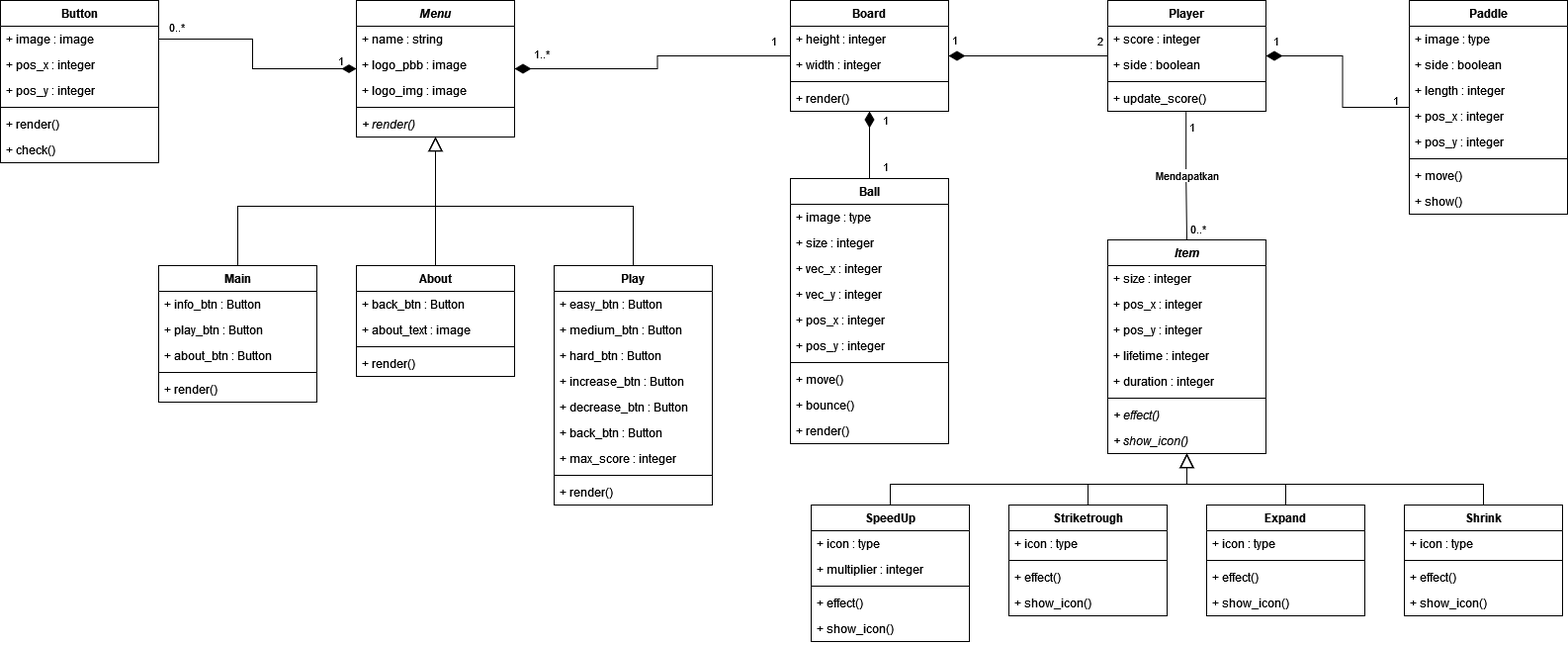
This is UML/UML_Diagram.png from n0l3r/Pong-Plus, a draw.io export, as it was before one commit. Source tidied: cells renumbered, new cells last; positions are measured from the earlier drawing's top-left corner, leaving out a move shared by most shapes.
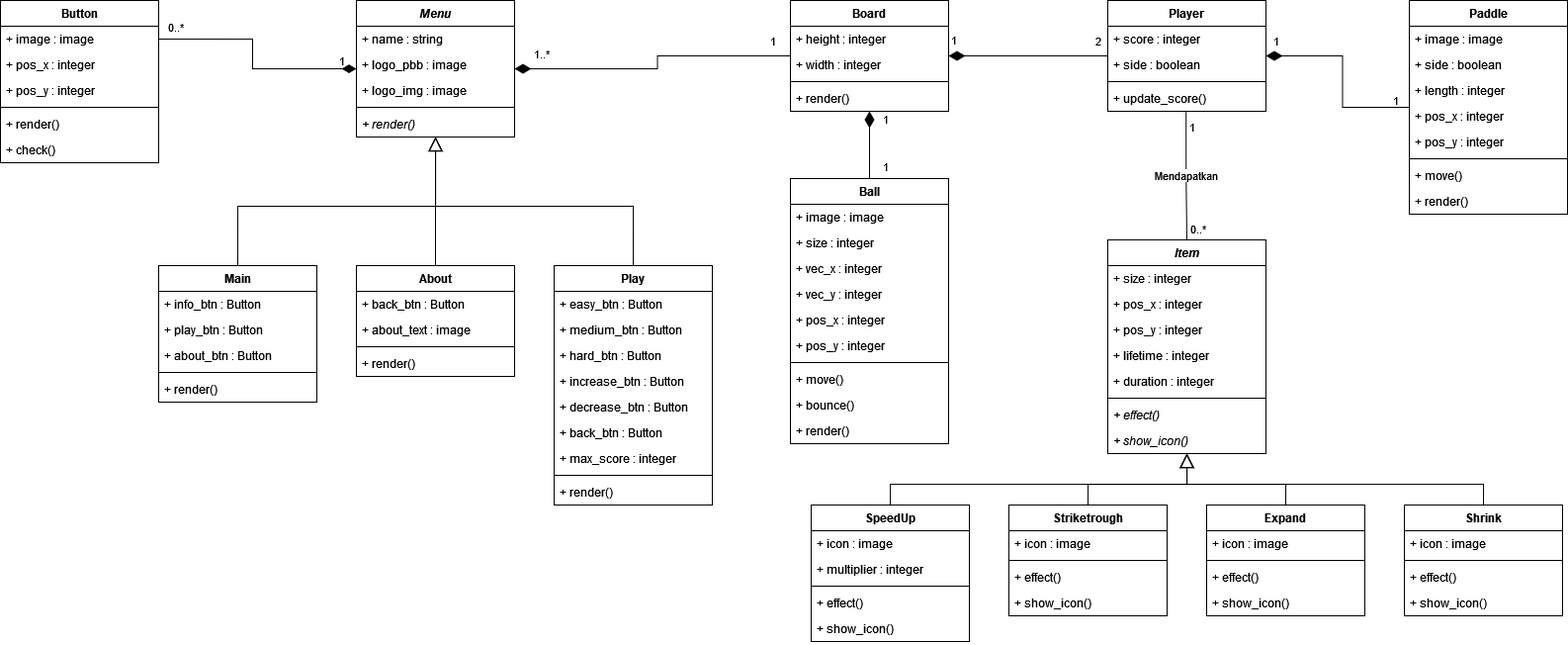
After the commit.

What changed in the source:
```diff
@@ -33,7 +33,7 @@
     <mxCell id="10" value="Paddle" style="swimlane;fontStyle=1;align=center;verticalAlign=top;horizontal=1;startSize=26;" parent="1" vertex="1">
       <mxGeometry x="1425" width="160" height="216" as="geometry" />
     </mxCell>
-    <mxCell id="11" value="+ image : type&#10;" style="text;strokeColor=none;fillColor=none;align=left;verticalAlign=top;spacingLeft=4;spacingRight=4;overflow=hidden;" parent="10" vertex="1">
+    <mxCell id="11" value="+ image : image" style="text;strokeColor=none;fillColor=none;align=left;verticalAlign=top;spacingLeft=4;spacingRight=4;overflow=hidden;" parent="10" vertex="1">
       <mxGeometry y="26" width="160" height="26" as="geometry" />
     </mxCell>
     <mxCell id="12" value="+ side : boolean" style="text;strokeColor=none;fillColor=none;align=left;verticalAlign=top;spacingLeft=4;spacingRight=4;overflow=hidden;" parent="10" vertex="1">
@@ -54,13 +54,13 @@
     <mxCell id="17" value="+ move()" style="text;strokeColor=none;fillColor=none;align=left;verticalAlign=top;spacingLeft=4;spacingRight=4;overflow=hidden;" parent="10" vertex="1">
       <mxGeometry y="164" width="160" height="26" as="geometry" />
     </mxCell>
-    <mxCell id="18" value="+ show()" style="text;strokeColor=none;fillColor=none;align=left;verticalAlign=top;spacingLeft=4;spacingRight=4;overflow=hidden;" parent="10" vertex="1">
+    <mxCell id="18" value="+ render()" style="text;strokeColor=none;fillColor=none;align=left;verticalAlign=top;spacingLeft=4;spacingRight=4;overflow=hidden;" parent="10" vertex="1">
       <mxGeometry y="190" width="160" height="26" as="geometry" />
     </mxCell>
     <mxCell id="19" value="Ball" style="swimlane;fontStyle=1;align=center;verticalAlign=top;horizontal=1;startSize=26;" parent="1" vertex="1">
       <mxGeometry x="799" y="180" width="160" height="268" as="geometry" />
     </mxCell>
-    <mxCell id="20" value="+ image : type&#10;" style="text;strokeColor=none;fillColor=none;align=left;verticalAlign=top;spacingLeft=4;spacingRight=4;overflow=hidden;" parent="19" vertex="1">
+    <mxCell id="20" value="+ image : image" style="text;strokeColor=none;fillColor=none;align=left;verticalAlign=top;spacingLeft=4;spacingRight=4;overflow=hidden;" parent="19" vertex="1">
       <mxGeometry y="26" width="160" height="26" as="geometry" />
     </mxCell>
     <mxCell id="21" value="+ size : integer" style="text;strokeColor=none;fillColor=none;align=left;verticalAlign=top;spacingLeft=4;spacingRight=4;overflow=hidden;" parent="19" vertex="1">
@@ -139,7 +139,7 @@
     <mxCell id="44" value="SpeedUp" style="swimlane;fontStyle=1;align=center;verticalAlign=top;horizontal=1;startSize=26;" parent="1" vertex="1">
       <mxGeometry x="820" y="510" width="160" height="138" as="geometry" />
     </mxCell>
-    <mxCell id="45" value="+ icon : type" style="text;strokeColor=none;fillColor=none;align=left;verticalAlign=top;spacingLeft=4;spacingRight=4;overflow=hidden;" parent="44" vertex="1">
+    <mxCell id="45" value="+ icon : image" style="text;strokeColor=none;fillColor=none;align=left;verticalAlign=top;spacingLeft=4;spacingRight=4;overflow=hidden;" parent="44" vertex="1">
       <mxGeometry y="26" width="160" height="26" as="geometry" />
     </mxCell>
     <mxCell id="46" value="+ multiplier : integer" style="text;strokeColor=none;fillColor=none;align=left;verticalAlign=top;spacingLeft=4;spacingRight=4;overflow=hidden;" parent="44" vertex="1">
@@ -160,7 +160,7 @@
     <mxCell id="51" value="Striketrough" style="swimlane;fontStyle=1;align=center;verticalAlign=top;horizontal=1;startSize=26;" parent="1" vertex="1">
       <mxGeometry x="1020" y="510" width="160" height="112" as="geometry" />
     </mxCell>
-    <mxCell id="52" value="+ icon : type" style="text;strokeColor=none;fillColor=none;align=left;verticalAlign=top;spacingLeft=4;spacingRight=4;overflow=hidden;" parent="51" vertex="1">
+    <mxCell id="52" value="+ icon : image" style="text;strokeColor=none;fillColor=none;align=left;verticalAlign=top;spacingLeft=4;spacingRight=4;overflow=hidden;" parent="51" vertex="1">
       <mxGeometry y="26" width="160" height="26" as="geometry" />
     </mxCell>
     <mxCell id="53" style="line;strokeWidth=1;fillColor=none;align=left;verticalAlign=middle;spacingTop=-1;spacingLeft=3;spacingRight=3;labelPosition=right;" parent="51" vertex="1">
@@ -175,7 +175,7 @@
     <mxCell id="56" value="Expand" style="swimlane;fontStyle=1;align=center;verticalAlign=top;horizontal=1;startSize=26;" parent="1" vertex="1">
       <mxGeometry x="1220" y="510" width="160" height="112" as="geometry" />
     </mxCell>
-    <mxCell id="57" value="+ icon : type" style="text;strokeColor=none;fillColor=none;align=left;verticalAlign=top;spacingLeft=4;spacingRight=4;overflow=hidden;" parent="56" vertex="1">
+    <mxCell id="57" value="+ icon : image" style="text;strokeColor=none;fillColor=none;align=left;verticalAlign=top;spacingLeft=4;spacingRight=4;overflow=hidden;" parent="56" vertex="1">
       <mxGeometry y="26" width="160" height="26" as="geometry" />
     </mxCell>
     <mxCell id="58" style="line;strokeWidth=1;fillColor=none;align=left;verticalAlign=middle;spacingTop=-1;spacingLeft=3;spacingRight=3;labelPosition=right;" parent="56" vertex="1">
@@ -193,7 +193,7 @@
     <mxCell id="62" value="Shrink" style="swimlane;fontStyle=1;align=center;verticalAlign=top;horizontal=1;startSize=26;" parent="1" vertex="1">
       <mxGeometry x="1420" y="510" width="160" height="112" as="geometry" />
     </mxCell>
-    <mxCell id="63" value="+ icon : type" style="text;strokeColor=none;fillColor=none;align=left;verticalAlign=top;spacingLeft=4;spacingRight=4;overflow=hidden;" parent="62" vertex="1">
+    <mxCell id="63" value="+ icon : image" style="text;strokeColor=none;fillColor=none;align=left;verticalAlign=top;spacingLeft=4;spacingRight=4;overflow=hidden;" parent="62" vertex="1">
       <mxGeometry y="26" width="160" height="26" as="geometry" />
     </mxCell>
     <mxCell id="64" style="line;strokeWidth=1;fillColor=none;align=left;verticalAlign=middle;spacingTop=-1;spacingLeft=3;spacingRight=3;labelPosition=right;" parent="62" vertex="1">
```
